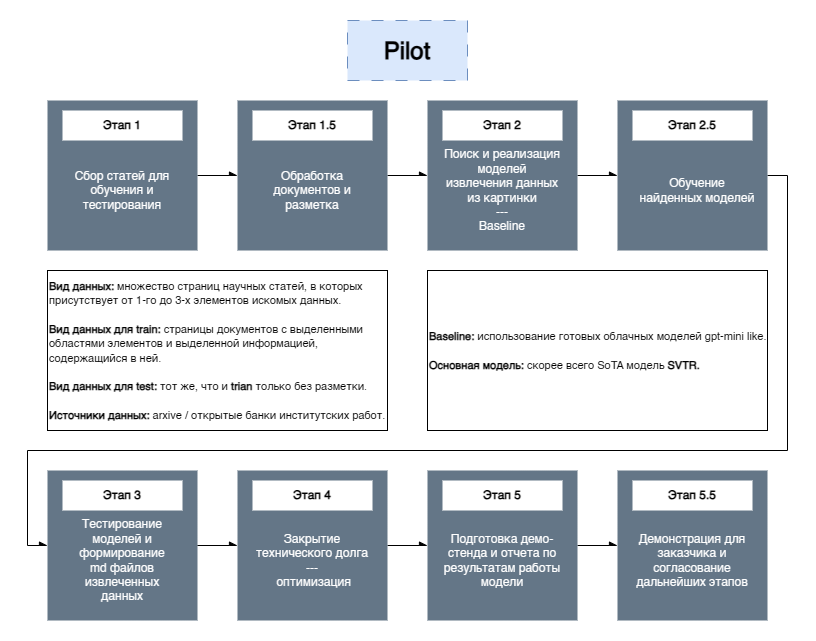
setday/Equix keeps this draw.io diagram as docs/block-schema.png. Above is the earlier version. Source tidied: cells renumbered, new cells last; positions are measured from the earlier drawing's top-left corner, leaving out a move shared by most shapes.
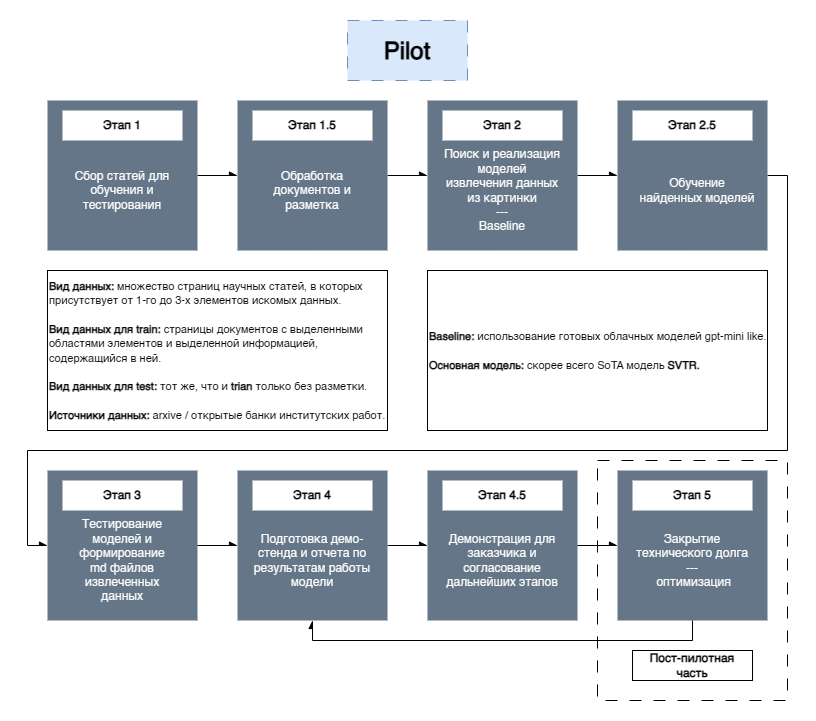
Above is the later version.

The edit, as a diff of the source:
```diff
@@ -2,6 +2,9 @@
   <root>
     <mxCell id="0" />
     <mxCell id="1" parent="0" />
+    <mxCell id="36" style="rounded=0;whiteSpace=wrap;html=1;dashed=1;dashPattern=12 12;fillColor=none;" parent="1" vertex="1">
+      <mxGeometry x="570" y="440" width="190" height="240" as="geometry" />
+    </mxCell>
     <mxCell id="2" value="&lt;font style=&quot;font-size: 24px;&quot;&gt;&lt;b&gt;Pilot&lt;/b&gt;&lt;/font&gt;" style="rounded=0;whiteSpace=wrap;html=1;fillColor=#dae8fc;strokeColor=#6c8ebf;dashed=1;dashPattern=12 12;" parent="1" vertex="1">
       <mxGeometry x="320" width="120" height="60" as="geometry" />
     </mxCell>
@@ -54,23 +57,23 @@
     <mxCell id="16" value="&lt;b&gt;Этап 3&lt;/b&gt;" style="rounded=0;whiteSpace=wrap;html=1;strokeColor=none;" parent="1" vertex="1">
       <mxGeometry x="35" y="460" width="120" height="30" as="geometry" />
     </mxCell>
-    <mxCell id="17" style="edgeStyle=orthogonalEdgeStyle;rounded=0;jettySize=auto;html=1;exitX=1;exitY=0.5;exitDx=0;exitDy=0;entryX=0;entryY=0.5;entryDx=0;entryDy=0;endArrow=async;endFill=1;" parent="1" edge="1" source="15" target="28">
+    <mxCell id="17" style="edgeStyle=orthogonalEdgeStyle;rounded=0;jettySize=auto;html=1;exitX=1;exitY=0.5;exitDx=0;exitDy=0;entryX=0;entryY=0.5;entryDx=0;entryDy=0;endArrow=async;endFill=1;" parent="1" edge="1" source="15" target="19">
       <mxGeometry relative="1" as="geometry" />
     </mxCell>
     <mxCell id="18" style="edgeStyle=orthogonalEdgeStyle;rounded=0;jettySize=auto;html=1;exitX=1;exitY=0.5;exitDx=0;exitDy=0;entryX=0;entryY=0.5;entryDx=0;entryDy=0;endArrow=async;endFill=1;" parent="1" edge="1" source="19" target="21">
       <mxGeometry relative="1" as="geometry" />
     </mxCell>
     <mxCell id="19" style="whiteSpace=wrap;html=1;fillColor=#647687;fontColor=#ffffff;strokeColor=none;" parent="1" vertex="1">
-      <mxGeometry x="400" y="450" width="150" height="150" as="geometry" />
+      <mxGeometry x="210" y="450" width="150" height="150" as="geometry" />
     </mxCell>
-    <mxCell id="20" value="&lt;b&gt;Этап 5&lt;/b&gt;" style="rounded=0;whiteSpace=wrap;html=1;strokeColor=none;" parent="1" vertex="1">
-      <mxGeometry x="415" y="460" width="120" height="30" as="geometry" />
+    <mxCell id="20" value="&lt;b&gt;Этап 4&lt;/b&gt;" style="rounded=0;whiteSpace=wrap;html=1;strokeColor=none;" parent="1" vertex="1">
+      <mxGeometry x="225" y="460" width="120" height="30" as="geometry" />
     </mxCell>
     <mxCell id="21" style="whiteSpace=wrap;html=1;fillColor=#647687;fontColor=#ffffff;strokeColor=none;" parent="1" vertex="1">
-      <mxGeometry x="590" y="450" width="150" height="150" as="geometry" />
+      <mxGeometry x="400" y="450" width="150" height="150" as="geometry" />
     </mxCell>
-    <mxCell id="22" value="&lt;b&gt;Этап 5.5&lt;/b&gt;" style="rounded=0;whiteSpace=wrap;html=1;strokeColor=none;" parent="1" vertex="1">
-      <mxGeometry x="605" y="460" width="120" height="30" as="geometry" />
+    <mxCell id="22" value="&lt;b&gt;Этап 4.5&lt;/b&gt;" style="rounded=0;whiteSpace=wrap;html=1;strokeColor=none;" parent="1" vertex="1">
+      <mxGeometry x="415" y="460" width="120" height="30" as="geometry" />
     </mxCell>
     <mxCell id="23" value="&lt;span style=&quot;color: rgb(255, 255, 255);&quot;&gt;&lt;font&gt;Сбор статей для обучения и тестирования&lt;/font&gt;&lt;/span&gt;" style="rounded=0;whiteSpace=wrap;html=1;fillColor=none;strokeColor=none;fontSize=12;" parent="1" vertex="1">
       <mxGeometry x="35" y="140" width="120" height="60" as="geometry" />
@@ -82,22 +85,19 @@
       <mxGeometry x="20" y="250" width="340" height="160" as="geometry" />
     </mxCell>
     <mxCell id="26" value="&lt;font color=&quot;#ffffff&quot;&gt;&lt;span&gt;Демонстрация для заказчика и согласование дальнейших этапов&lt;/span&gt;&lt;/font&gt;" style="rounded=0;whiteSpace=wrap;html=1;fillColor=none;strokeColor=none;fontSize=12;" parent="1" vertex="1">
-      <mxGeometry x="605" y="510" width="120" height="60" as="geometry" />
+      <mxGeometry x="415" y="510" width="120" height="60" as="geometry" />
     </mxCell>
-    <mxCell id="27" style="edgeStyle=orthogonalEdgeStyle;rounded=0;jettySize=auto;html=1;exitX=1;exitY=0.5;exitDx=0;exitDy=0;entryX=0;entryY=0.5;entryDx=0;entryDy=0;endArrow=async;endFill=1;" parent="1" edge="1" source="28" target="19">
-      <mxGeometry relative="1" as="geometry" />
-    </mxCell>
     <mxCell id="28" style="whiteSpace=wrap;html=1;fillColor=#647687;fontColor=#ffffff;strokeColor=none;" parent="1" vertex="1">
-      <mxGeometry x="210" y="450" width="150" height="150" as="geometry" />
+      <mxGeometry x="590" y="450" width="150" height="150" as="geometry" />
     </mxCell>
-    <mxCell id="29" value="&lt;b&gt;Этап 4&lt;/b&gt;" style="rounded=0;whiteSpace=wrap;html=1;strokeColor=none;" parent="1" vertex="1">
-      <mxGeometry x="225" y="460" width="120" height="30" as="geometry" />
+    <mxCell id="29" value="&lt;b&gt;Этап 5&lt;/b&gt;" style="rounded=0;whiteSpace=wrap;html=1;strokeColor=none;" parent="1" vertex="1">
+      <mxGeometry x="605" y="460" width="120" height="30" as="geometry" />
     </mxCell>
     <mxCell id="30" value="&lt;font color=&quot;#ffffff&quot;&gt;&lt;span&gt;Закрытие технического долга&lt;/span&gt;&lt;/font&gt;&lt;div&gt;&lt;font color=&quot;#ffffff&quot;&gt;&lt;span&gt;---&lt;/span&gt;&lt;/font&gt;&lt;/div&gt;&lt;div&gt;&lt;font color=&quot;#ffffff&quot;&gt;&lt;span&gt;&amp;nbsp;оптимизация&lt;/span&gt;&lt;/font&gt;&lt;/div&gt;" style="rounded=0;whiteSpace=wrap;html=1;fillColor=none;strokeColor=none;fontSize=12;" parent="1" vertex="1">
-      <mxGeometry x="225" y="510" width="120" height="60" as="geometry" />
+      <mxGeometry x="605" y="510" width="120" height="60" as="geometry" />
     </mxCell>
     <mxCell id="31" value="&lt;font color=&quot;#ffffff&quot;&gt;&lt;span&gt;Подготовка демо-стенда и отчета по результатам работы модели&lt;/span&gt;&lt;/font&gt;" style="rounded=0;whiteSpace=wrap;html=1;fillColor=none;strokeColor=none;fontSize=12;" parent="1" vertex="1">
-      <mxGeometry x="415" y="510" width="120" height="60" as="geometry" />
+      <mxGeometry x="225" y="510" width="120" height="60" as="geometry" />
     </mxCell>
     <mxCell id="32" value="&lt;font color=&quot;#ffffff&quot;&gt;&lt;span&gt;Поиск и реализация моделей извлечения данных из картинки&lt;/span&gt;&lt;/font&gt;&lt;div&gt;&lt;font color=&quot;#ffffff&quot;&gt;&lt;span&gt;---&lt;/span&gt;&lt;/font&gt;&lt;/div&gt;&lt;div&gt;&lt;font color=&quot;#ffffff&quot;&gt;Baseline&lt;/font&gt;&lt;/div&gt;" style="rounded=0;whiteSpace=wrap;html=1;fillColor=none;strokeColor=none;fontSize=12;" parent="1" vertex="1">
       <mxGeometry x="415" y="140" width="120" height="60" as="geometry" />
@@ -111,5 +111,14 @@
     <mxCell id="35" value="&lt;font color=&quot;#ffffff&quot;&gt;Тестирование моделей и формирование&lt;/font&gt;&lt;div&gt;&lt;font color=&quot;#ffffff&quot;&gt;md файлов извлеченных данных&lt;/font&gt;&lt;/div&gt;" style="rounded=0;whiteSpace=wrap;html=1;fillColor=none;strokeColor=none;fontSize=12;" parent="1" vertex="1">
       <mxGeometry x="35" y="510" width="120" height="60" as="geometry" />
     </mxCell>
+    <mxCell id="37" style="edgeStyle=orthogonalEdgeStyle;rounded=0;jettySize=auto;html=1;exitX=1;exitY=0.5;exitDx=0;exitDy=0;entryX=0;entryY=0.5;entryDx=0;entryDy=0;endArrow=async;endFill=1;" parent="1" edge="1" source="21" target="28">
+      <mxGeometry relative="1" as="geometry" />
+    </mxCell>
+    <mxCell id="27" style="edgeStyle=orthogonalEdgeStyle;rounded=0;jettySize=auto;html=1;exitX=0.5;exitY=1;exitDx=0;exitDy=0;entryX=0.5;entryY=1;entryDx=0;entryDy=0;endArrow=async;endFill=1;" parent="1" edge="1" source="28" target="19">
+      <mxGeometry relative="1" as="geometry" />
+    </mxCell>
+    <mxCell id="38" value="&lt;b&gt;Пост-пилотная часть&lt;/b&gt;" style="rounded=0;whiteSpace=wrap;html=1;strokeColor=default;" parent="1" vertex="1">
+      <mxGeometry x="605" y="630" width="120" height="30" as="geometry" />
+    </mxCell>
   </root>
 </mxGraphModel>
```
